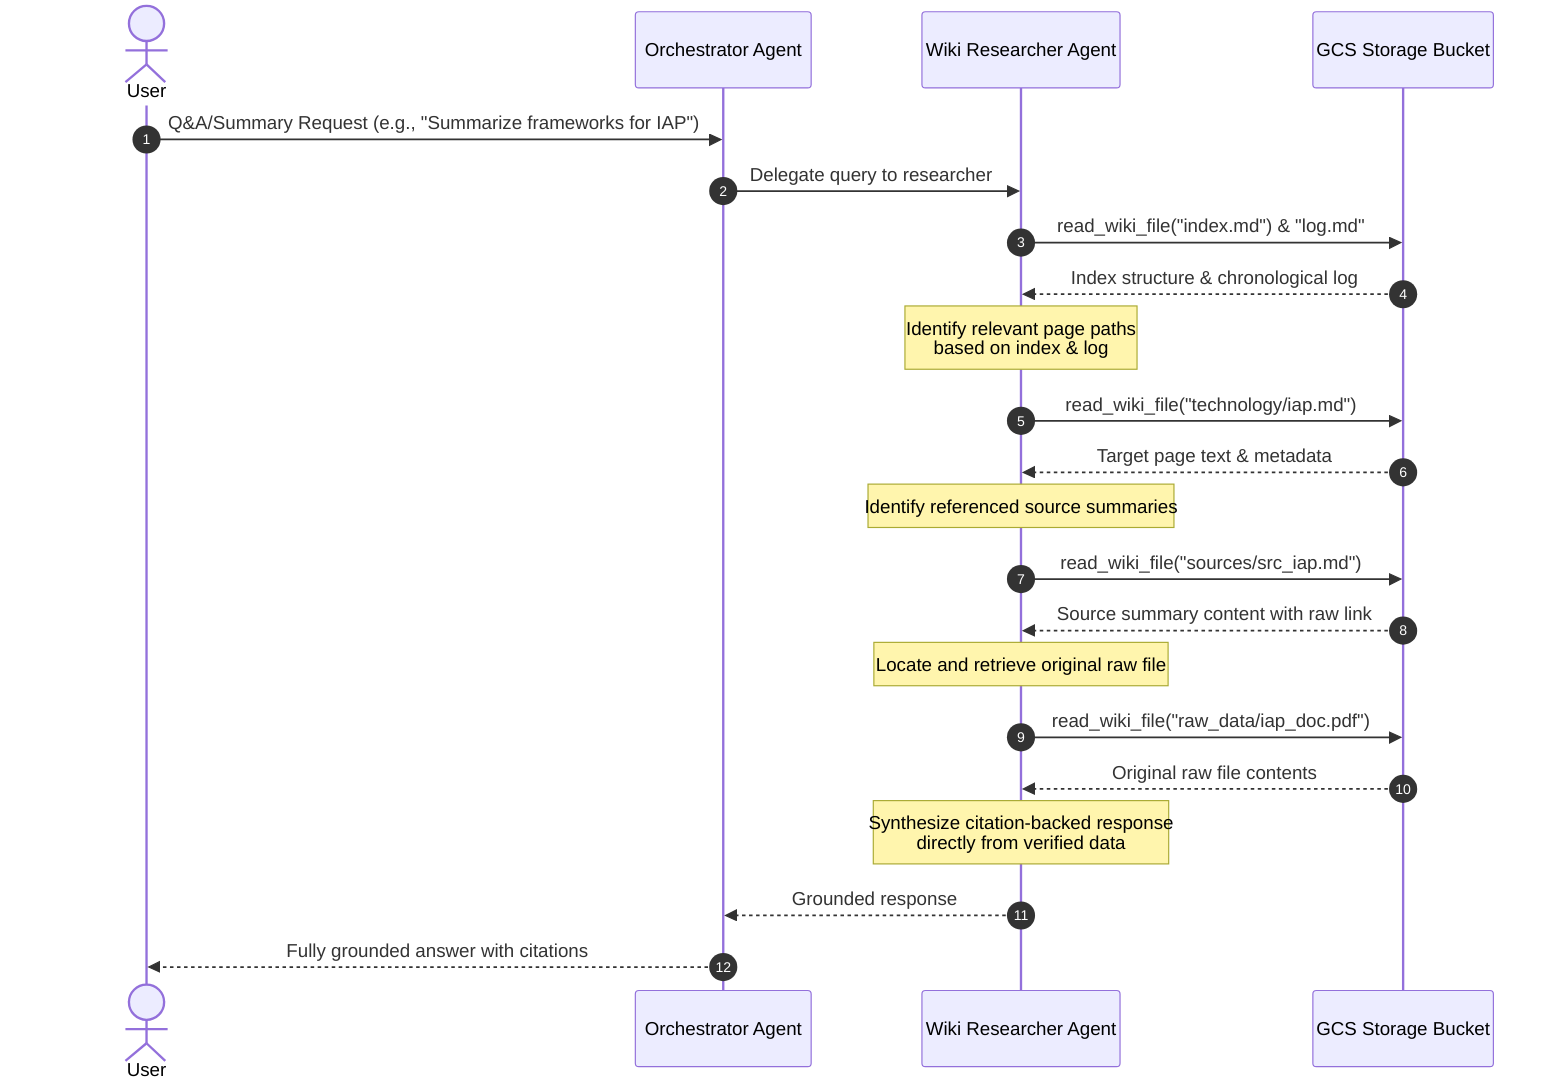
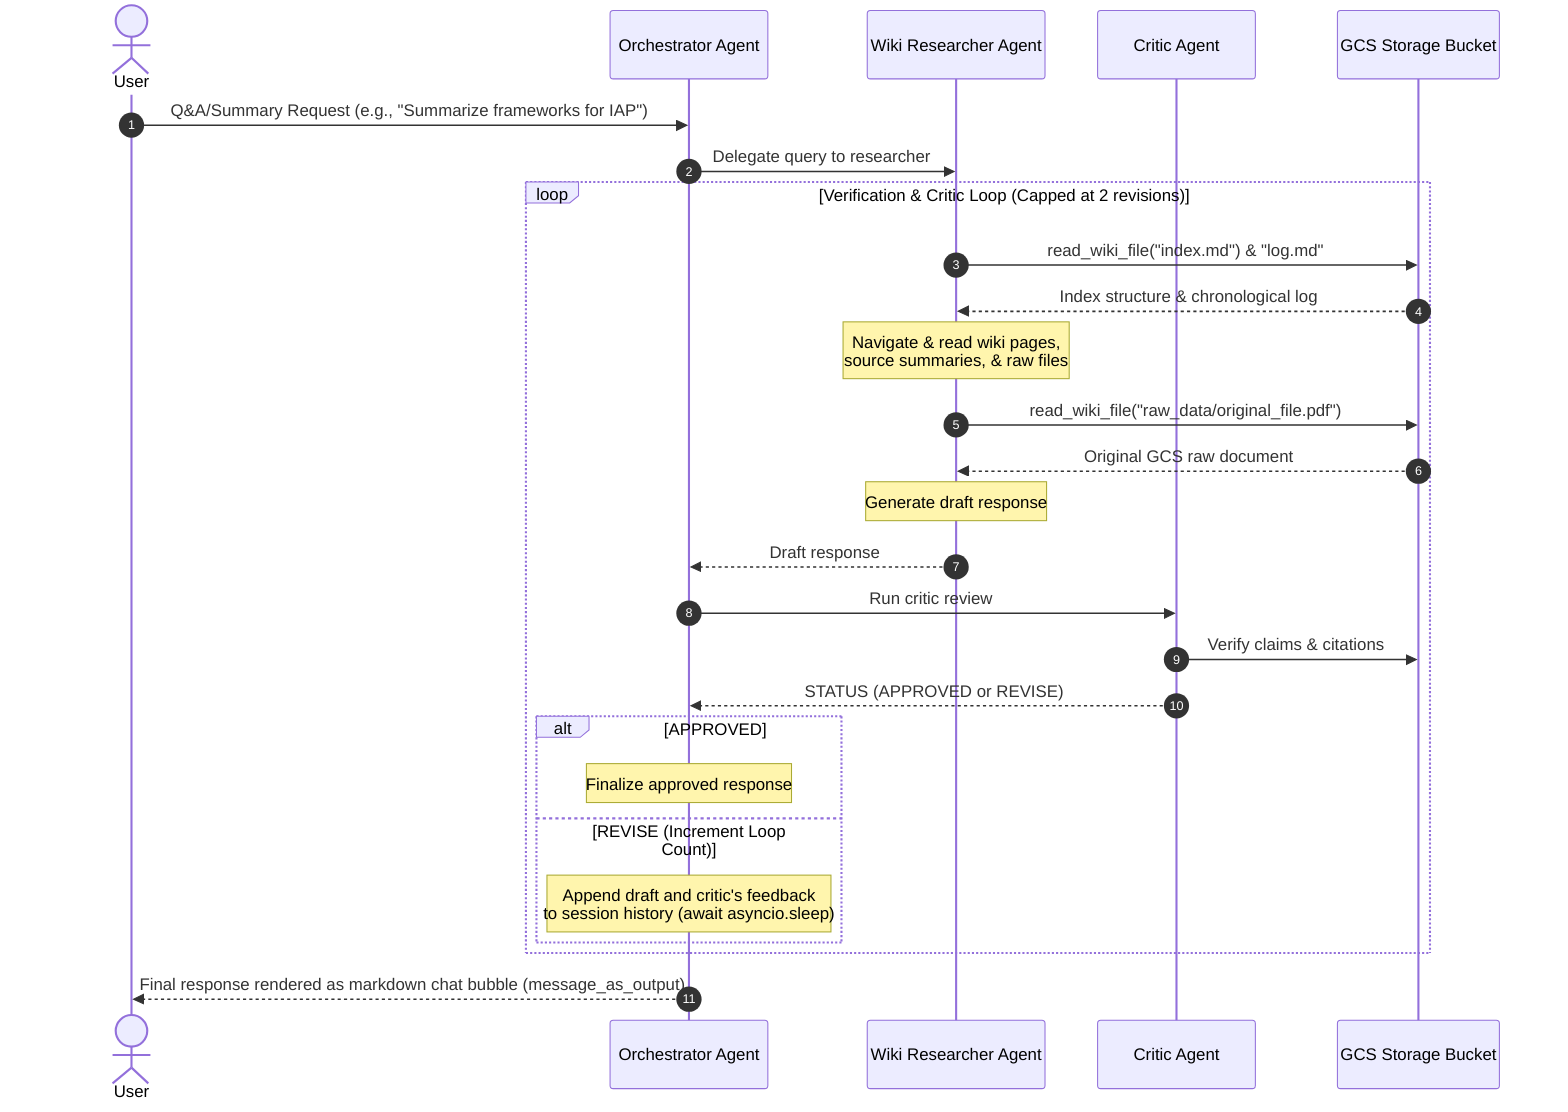
sequenceDiagram
    autonumber
    actor User
    participant Orchestrator as Orchestrator Agent
    participant Researcher as Wiki Researcher Agent
+     participant Critic as Critic Agent
    participant GCS as GCS Storage Bucket

    User->>Orchestrator: Q&A/Summary Request (e.g., "Summarize frameworks for IAP")
    Orchestrator->>Researcher: Delegate query to researcher
-     Researcher->>GCS: read_wiki_file("index.md") & "log.md"
-     GCS-->>Researcher: Index structure & chronological log
-     Note over Researcher: Identify relevant page paths<br/>based on index & log
-     Researcher->>GCS: read_wiki_file("technology/iap.md")
-     GCS-->>Researcher: Target page text & metadata
-     Note over Researcher: Identify referenced source summaries
-     Researcher->>GCS: read_wiki_file("sources/src_iap.md")
-     GCS-->>Researcher: Source summary content with raw link
-     Note over Researcher: Locate and retrieve original raw file
-     Researcher->>GCS: read_wiki_file("raw_data/iap_doc.pdf")
-     GCS-->>Researcher: Original raw file contents
-     Note over Researcher: Synthesize citation-backed response<br/>directly from verified data
-     Researcher-->>Orchestrator: Grounded response
-     Orchestrator-->>User: Fully grounded answer with citations
+     loop Verification & Critic Loop (Capped at 2 revisions)
+         Researcher->>GCS: read_wiki_file("index.md") & "log.md"
+         GCS-->>Researcher: Index structure & chronological log
+         Note over Researcher: Navigate & read wiki pages,<br/>source summaries, & raw files
+         Researcher->>GCS: read_wiki_file("raw_data/original_file.pdf")
+         GCS-->>Researcher: Original GCS raw document
+         Note over Researcher: Generate draft response
+         Researcher-->>Orchestrator: Draft response
+         Orchestrator->>Critic: Run critic review
+         Critic->>GCS: Verify claims & citations
+         Critic-->>Orchestrator: STATUS (APPROVED or REVISE)
+         alt APPROVED
+             Note over Orchestrator: Finalize approved response
+         else REVISE (Increment Loop Count)
+             Note over Orchestrator: Append draft and critic's feedback<br/>to session history (await asyncio.sleep)
+         end
+     end
+     Orchestrator-->>User: Final response rendered as markdown chat bubble (message_as_output)
